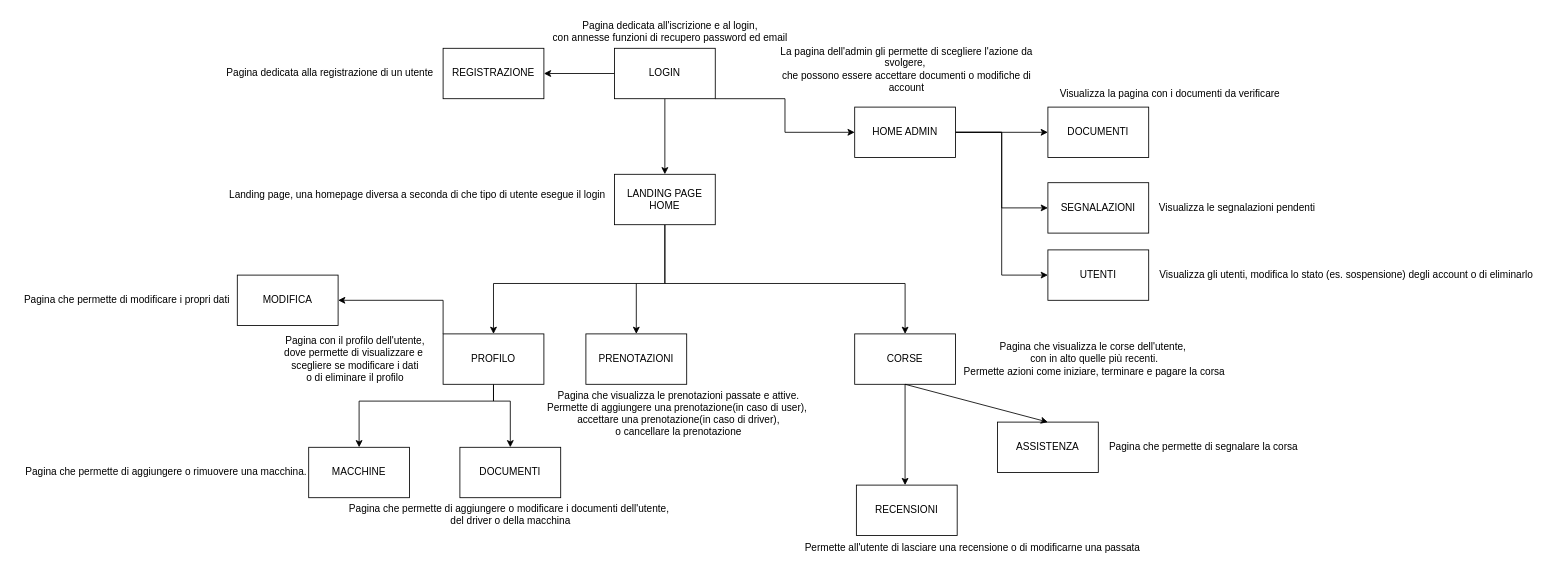
This is Documentazione/sitoWeb/mypersonaldriver.drawio from alfacorso2024Settembre/MyPersonalDriver, a draw.io file, before an edit. Source tidied: cells renumbered, new cells numbered last; positions are measured from the earlier drawing's top-left corner, leaving out a move shared by most shapes. Both pictures are drawn from the tidied source at 84%, with x=0, y=0 at pixel (14, 14).
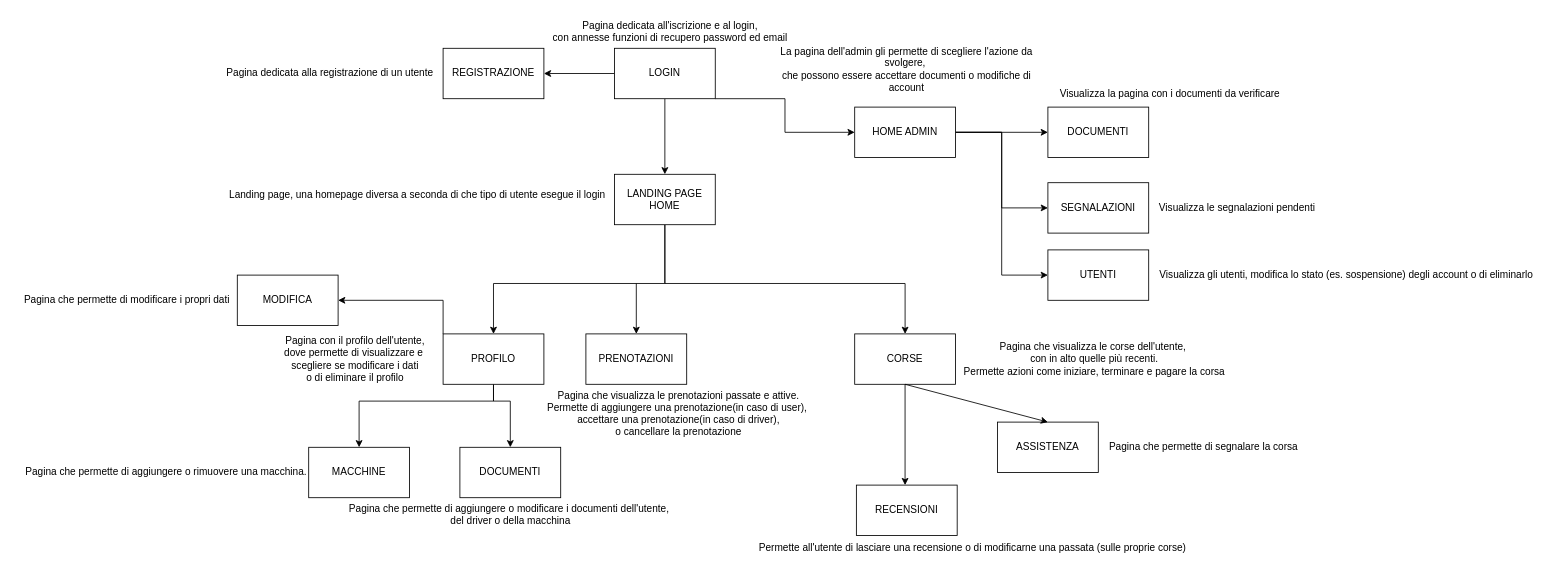
The same page after the edit.

Commit message:
modifica schema

Diff of the diagram source:
```diff
@@
-    <mxCell id="45" value="Permette all'utente di lasciare una recensione o di modificarne una passata" style="text;html=1;align=center;verticalAlign=middle;strokeColor=none;fillColor=none;" parent="1" vertex="1">
-      <mxGeometry x="930" y="620" width="420" height="30" as="geometry" />
+    <mxCell id="45" value="Permette all'utente di lasciare una recensione o di modificarne una passata (sulle proprie corse)" style="text;html=1;align=center;verticalAlign=middle;strokeColor=none;fillColor=none;" parent="1" vertex="1">
+      <mxGeometry x="875" y="620" width="530" height="30" as="geometry" />
     </mxCell>
```
